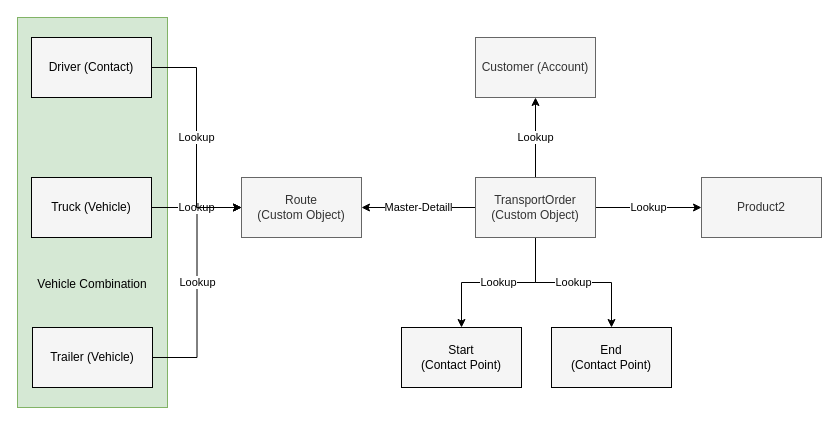
Above: MultipleAdresses.drawio in GerkeBF/GerkeBF.github.io (draw.io), before the change. Source tidied: cells renumbered, new cells numbered last; positions are measured from the earlier drawing's top-left corner, leaving out a move shared by most shapes. Both pictures are drawn from the tidied source at 100%, with x=0, y=0 at pixel (17, 17).
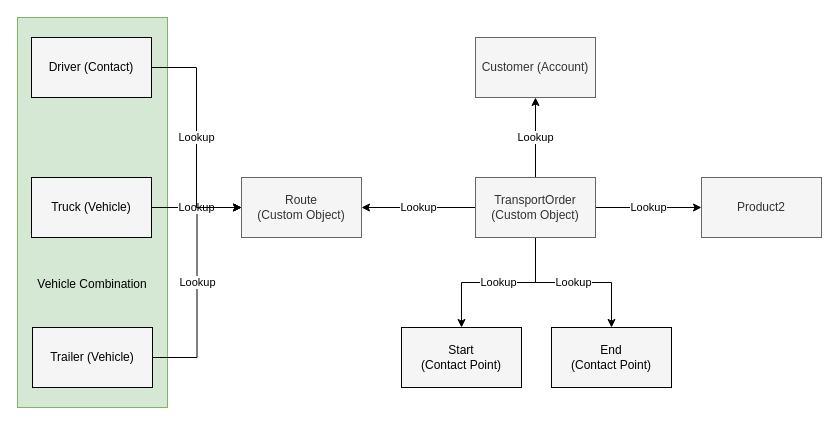
The same diagram, later.

Diff of the diagram source:
```diff
@@
 <mxGraphModel>
   <root>
     <mxCell id="0" />
     <mxCell id="1" parent="0" />
     <mxCell id="2" value="&lt;br&gt;&lt;br&gt;&lt;br&gt;&lt;br&gt;&lt;br&gt;&lt;br&gt;&lt;br&gt;&lt;br&gt;&lt;br&gt;&lt;br&gt;Vehicle Combination" style="rounded=0;whiteSpace=wrap;html=1;fillColor=#d5e8d4;strokeColor=#82b366;" parent="1" vertex="1">
       <mxGeometry width="150" height="390" as="geometry" />
     </mxCell>
     <mxCell id="3" value="Lookup" style="edgeStyle=orthogonalEdgeStyle;rounded=0;jettySize=auto;html=1;exitX=0.5;exitY=0;exitDx=0;exitDy=0;entryX=0.5;entryY=1;entryDx=0;entryDy=0;" parent="1" edge="1" source="10" target="5">
       <mxGeometry relative="1" as="geometry" />
     </mxCell>
     <mxCell id="4" value="Route &lt;br&gt;(Custom Object)" style="rounded=0;whiteSpace=wrap;html=1;fillColor=#f5f5f5;fontColor=#333333;strokeColor=#666666;" parent="1" vertex="1">
       <mxGeometry x="224" y="160" width="120" height="60" as="geometry" />
     </mxCell>
     <mxCell id="5" value="Customer (Account)" style="rounded=0;whiteSpace=wrap;html=1;fillColor=#f5f5f5;fontColor=#333333;strokeColor=#666666;" parent="1" vertex="1">
       <mxGeometry x="458" y="20" width="120" height="60" as="geometry" />
     </mxCell>
     <mxCell id="6" value="Lookup" style="edgeStyle=orthogonalEdgeStyle;rounded=0;jettySize=auto;html=1;exitX=1;exitY=0.5;exitDx=0;exitDy=0;entryX=0;entryY=0.5;entryDx=0;entryDy=0;" parent="1" edge="1" source="10" target="11">
       <mxGeometry relative="1" as="geometry" />
     </mxCell>
     <mxCell id="7" value="Lookup" style="edgeStyle=orthogonalEdgeStyle;rounded=0;jettySize=auto;html=1;exitX=0.5;exitY=1;exitDx=0;exitDy=0;" parent="1" edge="1" source="10" target="13">
       <mxGeometry relative="1" as="geometry" />
     </mxCell>
     <mxCell id="8" value="Lookup" style="edgeStyle=orthogonalEdgeStyle;rounded=0;jettySize=auto;html=1;exitX=0.5;exitY=1;exitDx=0;exitDy=0;entryX=0.5;entryY=0;entryDx=0;entryDy=0;" parent="1" edge="1" source="10" target="12">
       <mxGeometry relative="1" as="geometry" />
     </mxCell>
-    <mxCell id="9" value="Master-Detaill" style="edgeStyle=orthogonalEdgeStyle;rounded=0;jettySize=auto;html=1;exitX=0;exitY=0.5;exitDx=0;exitDy=0;entryX=1;entryY=0.5;entryDx=0;entryDy=0;" parent="1" edge="1" source="10" target="4">
+    <mxCell id="9" value="Lookup" style="edgeStyle=orthogonalEdgeStyle;rounded=0;jettySize=auto;html=1;exitX=0;exitY=0.5;exitDx=0;exitDy=0;entryX=1;entryY=0.5;entryDx=0;entryDy=0;" parent="1" edge="1" source="10" target="4">
       <mxGeometry relative="1" as="geometry" />
     </mxCell>
     <mxCell id="10" value="TransportOrder&lt;br&gt;(Custom Object)" style="rounded=0;whiteSpace=wrap;html=1;fillColor=#f5f5f5;fontColor=#333333;strokeColor=#666666;" parent="1" vertex="1">
       <mxGeometry x="458" y="160" width="120" height="60" as="geometry" />
     </mxCell>
     <mxCell id="11" value="Product2" style="rounded=0;whiteSpace=wrap;html=1;fillColor=#F5F5F5;fontColor=#333333;strokeColor=#666666;" parent="1" vertex="1">
       <mxGeometry x="684" y="160" width="120" height="60" as="geometry" />
     </mxCell>
     <mxCell id="12" value="End&lt;br&gt;(Contact Point)" style="rounded=0;whiteSpace=wrap;html=1;fillColor=#F5F5F5;" parent="1" vertex="1">
       <mxGeometry x="534" y="310" width="120" height="60" as="geometry" />
     </mxCell>
     <mxCell id="13" value="Start&lt;br&gt;(Contact Point)" style="rounded=0;whiteSpace=wrap;html=1;fillColor=#F5F5F5;" parent="1" vertex="1">
       <mxGeometry x="384" y="310" width="120" height="60" as="geometry" />
     </mxCell>
     <mxCell id="14" value="Lookup" style="edgeStyle=orthogonalEdgeStyle;rounded=0;jettySize=auto;html=1;exitX=1;exitY=0.5;exitDx=0;exitDy=0;entryX=0;entryY=0.5;entryDx=0;entryDy=0;" parent="1" edge="1" source="15" target="4">
       <mxGeometry relative="1" as="geometry" />
     </mxCell>
     <mxCell id="15" value="Trailer (Vehicle)" style="rounded=0;whiteSpace=wrap;html=1;fillColor=#F5F5F5;" parent="1" vertex="1">
       <mxGeometry x="15" y="310" width="120" height="60" as="geometry" />
     </mxCell>
     <mxCell id="16" value="Lookup" style="edgeStyle=orthogonalEdgeStyle;rounded=0;jettySize=auto;html=1;exitX=1;exitY=0.5;exitDx=0;exitDy=0;entryX=0;entryY=0.5;entryDx=0;entryDy=0;" parent="1" edge="1" source="17" target="4">
       <mxGeometry relative="1" as="geometry" />
     </mxCell>
     <mxCell id="17" value="Truck (Vehicle)" style="rounded=0;whiteSpace=wrap;html=1;fillColor=#F5F5F5;" parent="1" vertex="1">
       <mxGeometry x="14" y="160" width="120" height="60" as="geometry" />
     </mxCell>
     <mxCell id="18" value="Lookup" style="edgeStyle=orthogonalEdgeStyle;rounded=0;jettySize=auto;html=1;exitX=1;exitY=0.5;exitDx=0;exitDy=0;entryX=0;entryY=0.5;entryDx=0;entryDy=0;" parent="1" edge="1" source="19" target="4">
       <mxGeometry relative="1" as="geometry" />
     </mxCell>
     <mxCell id="19" value="Driver (Contact)" style="rounded=0;whiteSpace=wrap;html=1;fillColor=#F5F5F5;" parent="1" vertex="1">
       <mxGeometry x="14" y="20" width="120" height="60" as="geometry" />
     </mxCell>
   </root>
 </mxGraphModel>
```
